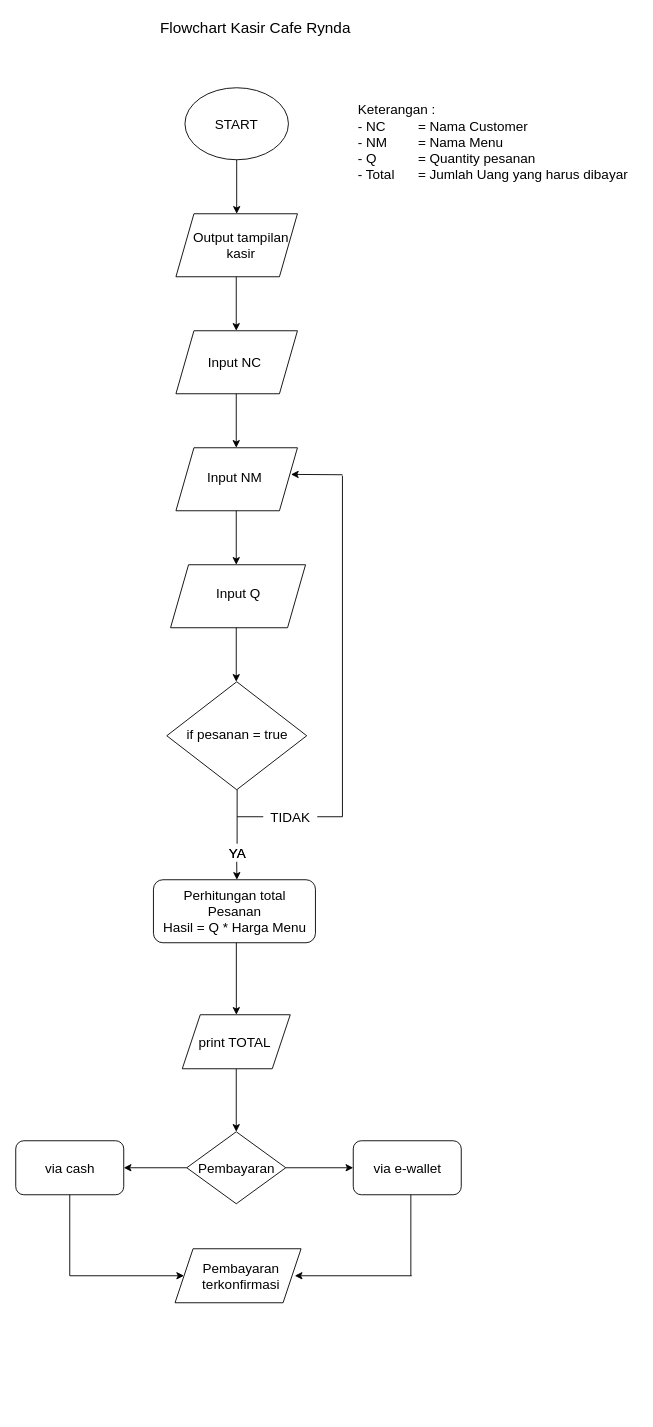
The draw.io diagram flowchart.drawio in meiryndalr/MeiryndaLR-kasir-rynda-cafe, before the edit. Source tidied: cells renumbered, new cells numbered last; positions are measured from the earlier drawing's top-left corner, leaving out a move shared by most shapes. Both pictures are drawn from the tidied source at 90%, with x=0, y=0 at pixel (15, 15).
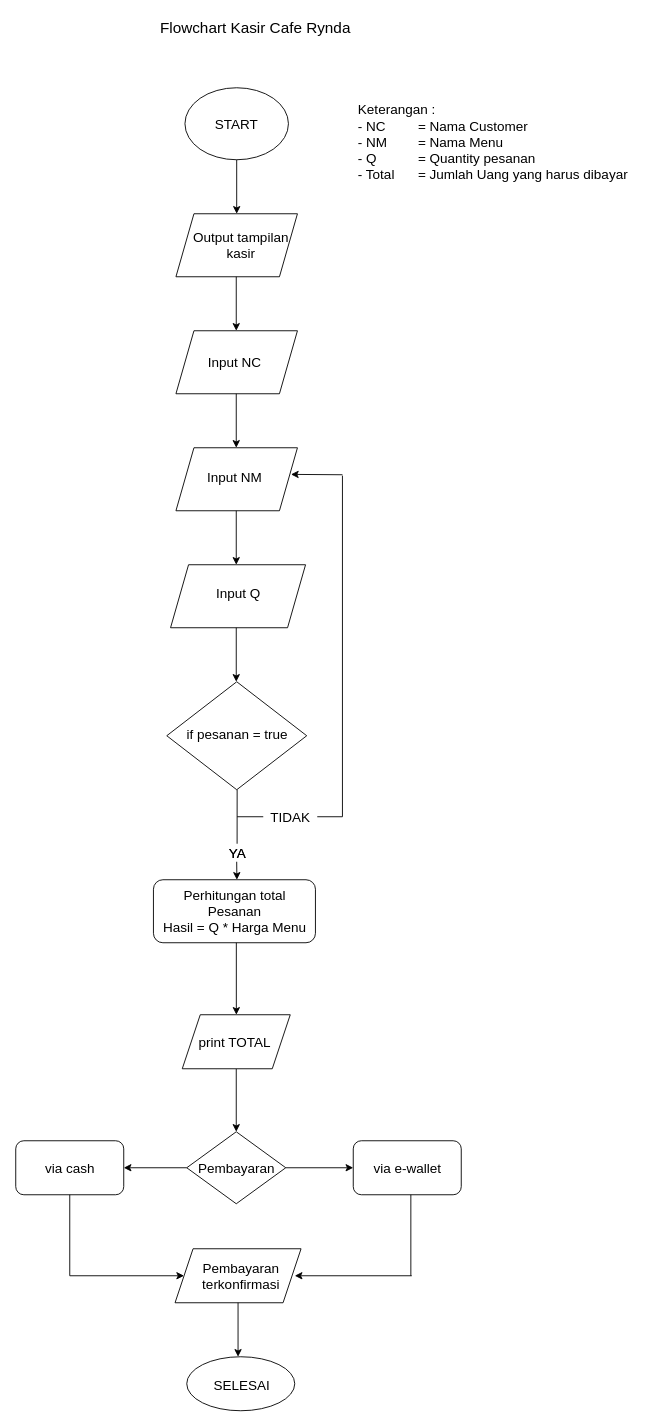
The same diagram, later.

Commit message:
flowchart selesai

Change to the diagram source:
```diff
@@
+    <mxCell id="50" style="edgeStyle=none;html=1;fontSize=15;exitX=0.5;exitY=1;exitDx=0;exitDy=0;entryX=0.475;entryY=0;entryDx=0;entryDy=0;entryPerimeter=0;" parent="1" edge="1" target="51">
+      <mxGeometry relative="1" as="geometry">
+        <mxPoint x="247" y="1430" as="sourcePoint" />
+      </mxGeometry>
+    </mxCell>
+    <mxCell id="51" style="ellipse;whiteSpace=wrap;html=1;fontSize=15;strokeWidth=1;" parent="1" vertex="1">
+      <mxGeometry x="190" y="1490" width="120" height="60" as="geometry" />
+    </mxCell>
+    <mxCell id="52" value="SELESAI" style="text;html=1;align=center;verticalAlign=middle;fillColor=none;strokeColor=none;rounded=0;fontSize=15;" parent="1" vertex="1">
+      <mxGeometry x="211" y="1511" width="80" height="20" as="geometry" />
+    </mxCell>
```
